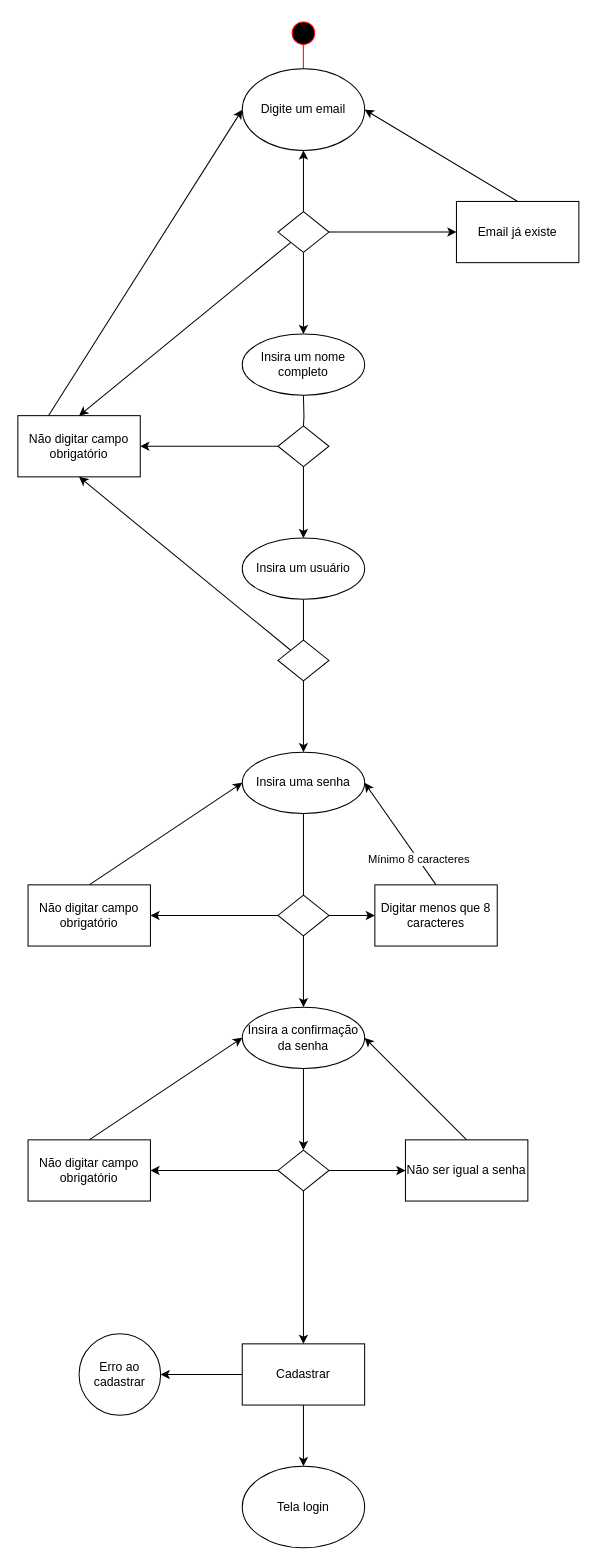
This is QA Aula 1.drawio from Chibilski/Alura, a draw.io file, before an edit. Source tidied: cells renumbered, new cells numbered last; positions are measured from the earlier drawing's top-left corner, leaving out a move shared by most shapes. Both pictures are drawn from the tidied source at 102%, with x=0, y=0 at pixel (17, 17).
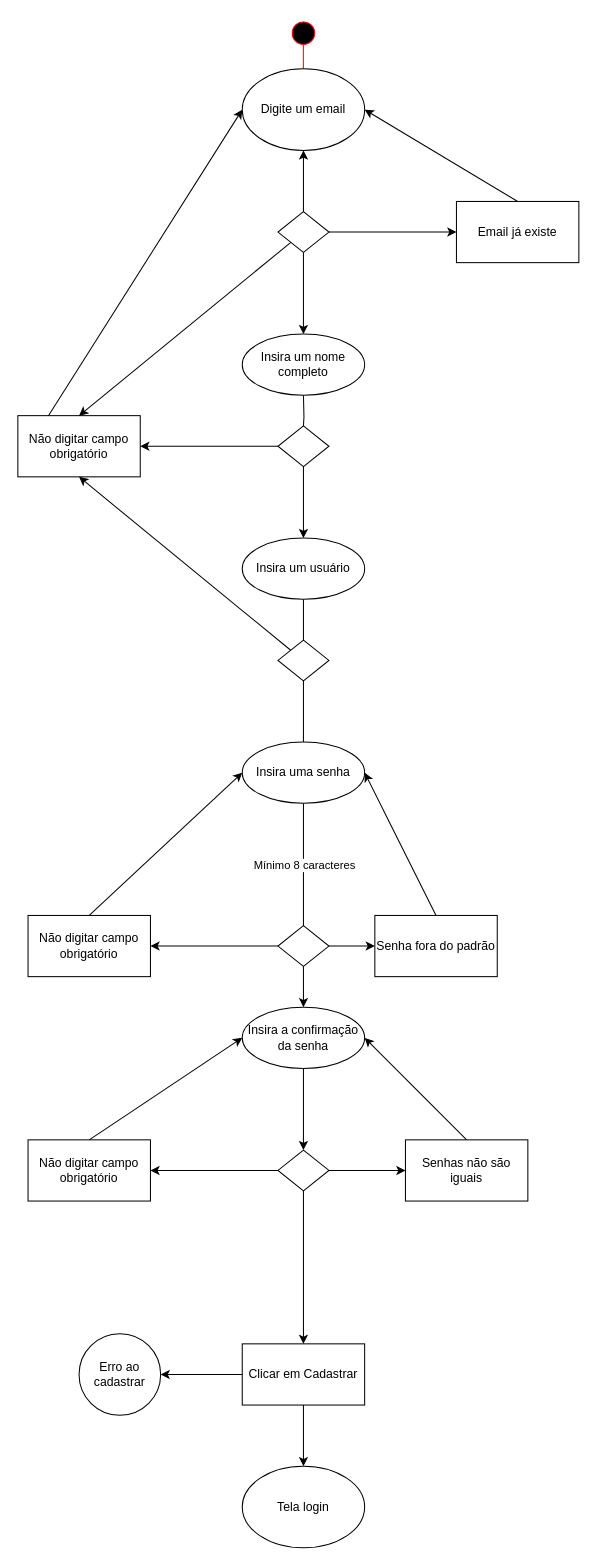
After the change.

The change refers to these unchanged cells:
```xml
<mxCell id="37" style="rounded=0;jettySize=auto;html=1;entryX=1;entryY=0.5;entryDx=0;entryDy=0;exitX=0.5;exitY=0;exitDx=0;exitDy=0;" parent="1" edge="1" source="39" target="10">
  <mxGeometry relative="1" as="geometry" />
</mxCell>
```

Diff of the diagram source:
```diff
@@
-    <mxCell id="4" style="edgeStyle=orthogonalEdgeStyle;rounded=0;orthogonalLoop=1;jettySize=auto;html=1;" parent="1" edge="1">
+    <mxCell id="4" style="edgeStyle=orthogonalEdgeStyle;rounded=0;jettySize=auto;html=1;exitX=0.5;exitY=1;exitDx=0;exitDy=0;" parent="1" edge="1" source="10">
       <mxGeometry relative="1" as="geometry">
-        <mxPoint x="280" y="780" as="sourcePoint" />
         <mxPoint x="280" y="970" as="targetPoint" />
       </mxGeometry>
     </mxCell>
@@
     <mxCell id="10" value="Insira uma senha" style="ellipse;whiteSpace=wrap;html=1;" parent="1" vertex="1">
-      <mxGeometry x="220" y="720" width="120" height="60" as="geometry" />
+      <mxGeometry x="220" y="710" width="120" height="60" as="geometry" />
     </mxCell>
@@
-    <mxCell id="15" value="Cadastrar" style="rounded=0;whiteSpace=wrap;html=1;" parent="1" vertex="1">
+    <mxCell id="15" value="Clicar em Cadastrar" style="rounded=0;whiteSpace=wrap;html=1;" parent="1" vertex="1">
       <mxGeometry x="220" y="1300" width="120" height="60" as="geometry" />
     </mxCell>
@@
     <mxCell id="18" value="Não digitar campo obrigatório" style="rounded=0;whiteSpace=wrap;html=1;" parent="1" vertex="1">
-      <mxGeometry x="10" y="850" width="120" height="60" as="geometry" />
+      <mxGeometry x="10" y="880" width="120" height="60" as="geometry" />
     </mxCell>
@@
     <mxCell id="34" style="edgeStyle=orthogonalEdgeStyle;rounded=0;jettySize=auto;html=1;" parent="1" edge="1" source="36" target="18">
       <mxGeometry relative="1" as="geometry">
         <Array as="points">
-          <mxPoint x="70" y="880" />
-          <mxPoint x="70" y="880" />
+          <mxPoint x="210" y="910" />
+          <mxPoint x="210" y="910" />
         </Array>
       </mxGeometry>
     </mxCell>
@@
     <mxCell id="36" style="rhombus;whiteSpace=wrap;html=1;" parent="1" vertex="1">
-      <mxGeometry x="255" y="860" width="50" height="40" as="geometry" />
+      <mxGeometry x="255" y="890" width="50" height="40" as="geometry" />
     </mxCell>
@@
-    <mxCell id="38" value="Mínimo 8 caracteres" style="edgeLabel;html=1;align=center;verticalAlign=middle;" parent="37" vertex="1">
-      <mxGeometry x="-0.49" relative="1" as="geometry" />
+    <mxCell id="38" value="Mínimo 8 caracteres" style="edgeLabel;html=1;align=center;verticalAlign=middle;rotation=0;" parent="37" vertex="1">
+      <mxGeometry x="-0.49" relative="1" as="geometry">
+        <mxPoint x="-112" y="-14" as="offset" />
+      </mxGeometry>
     </mxCell>
-    <mxCell id="39" value="Digitar menos que 8 caracteres" style="whiteSpace=wrap;html=1;" parent="1" vertex="1">
-      <mxGeometry x="350" y="850" width="120" height="60" as="geometry" />
+    <mxCell id="39" value="Senha fora do padrão" style="whiteSpace=wrap;html=1;" parent="1" vertex="1">
+      <mxGeometry x="350" y="880" width="120" height="60" as="geometry" />
     </mxCell>
@@
-    <mxCell id="44" value="Não ser igual a senha" style="rounded=0;whiteSpace=wrap;html=1;" parent="1" vertex="1">
+    <mxCell id="44" value="Senhas não são iguais" style="rounded=0;whiteSpace=wrap;html=1;" parent="1" vertex="1">
       <mxGeometry x="380" y="1100" width="120" height="60" as="geometry" />
     </mxCell>
```
